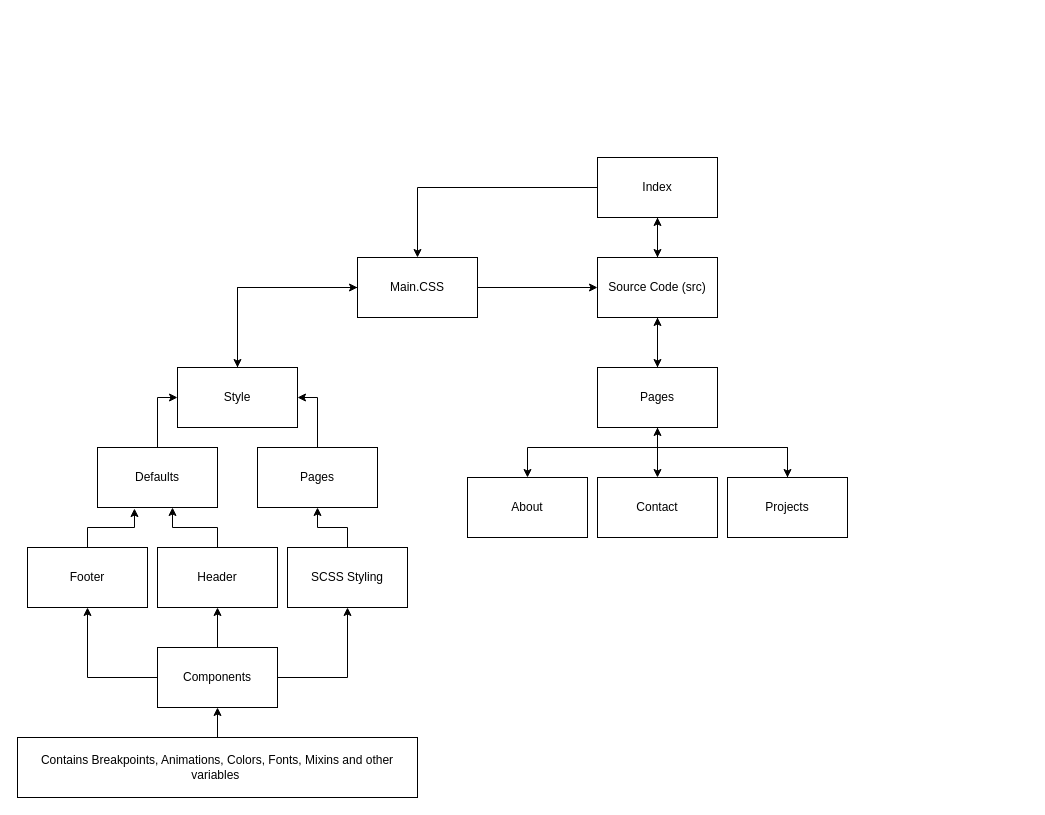
BenDavies1218/Portfolio_T1A2 keeps this draw.io diagram as bendaviesportfolio.drawio. Above is the earlier version. Source tidied: cells renumbered, new cells numbered last; positions are measured from the earlier drawing's top-left corner, leaving out a move shared by most shapes. Both pictures are drawn from the tidied source at 100%, with x=0, y=0 at pixel (17, 157).
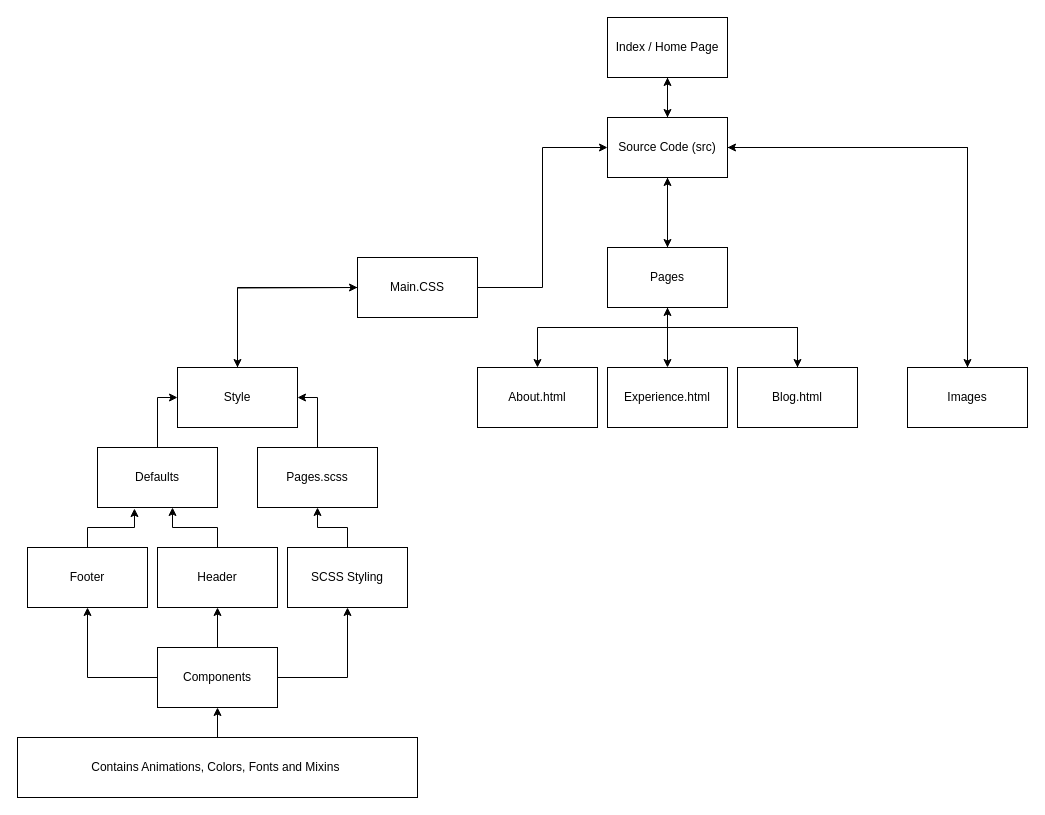
After the change.

The change refers to these unchanged cells:
```xml
<mxCell id="3" value="Style" style="rounded=0;whiteSpace=wrap;html=1;" parent="1" vertex="1">
  <mxGeometry x="160" y="210" width="120" height="60" as="geometry" />
</mxCell>
<mxCell id="17" value="Main.CSS" style="rounded=0;whiteSpace=wrap;html=1;" parent="1" vertex="1">
  <mxGeometry x="340" y="100" width="120" height="60" as="geometry" />
</mxCell>
```

Diff of the diagram source:
```diff
@@
-    <mxCell id="2" style="edgeStyle=orthogonalEdgeStyle;rounded=0;jettySize=auto;html=1;entryX=0;entryY=0.5;entryDx=0;entryDy=0;" parent="1" edge="1" source="3" target="17">
+    <mxCell id="2" style="edgeStyle=orthogonalEdgeStyle;rounded=0;jettySize=auto;html=1;entryX=0;entryY=0.5;entryDx=0;entryDy=0;" parent="1" edge="1" source="3">
       <mxGeometry relative="1" as="geometry">
+        <mxPoint x="340" y="130" as="targetPoint" />
         <Array as="points">
           <mxPoint x="220" y="130" />
         </Array>
       </mxGeometry>
     </mxCell>
@@
-    <mxCell id="9" value="Pages" style="rounded=0;whiteSpace=wrap;html=1;" parent="1" vertex="1">
+    <mxCell id="9" value="Pages.scss" style="rounded=0;whiteSpace=wrap;html=1;" parent="1" vertex="1">
       <mxGeometry x="240" y="290" width="120" height="60" as="geometry" />
     </mxCell>
@@
-    <mxCell id="12" style="edgeStyle=orthogonalEdgeStyle;rounded=0;jettySize=auto;html=1;" parent="1" edge="1" source="14" target="17">
-      <mxGeometry relative="1" as="geometry" />
-    </mxCell>
     <mxCell id="13" style="edgeStyle=orthogonalEdgeStyle;rounded=0;jettySize=auto;html=1;" parent="1" edge="1" source="14">
       <mxGeometry relative="1" as="geometry">
-        <mxPoint x="640" y="100" as="targetPoint" />
+        <mxPoint x="650" y="-40" as="targetPoint" />
       </mxGeometry>
     </mxCell>
-    <mxCell id="14" value="Index" style="rounded=0;whiteSpace=wrap;html=1;" parent="1" vertex="1">
-      <mxGeometry x="580" width="120" height="60" as="geometry" />
+    <mxCell id="14" value="Index / Home Page" style="rounded=0;whiteSpace=wrap;html=1;" parent="1" vertex="1">
+      <mxGeometry x="590" y="-140" width="120" height="60" as="geometry" />
     </mxCell>
-    <mxCell id="15" style="edgeStyle=orthogonalEdgeStyle;rounded=0;jettySize=auto;html=1;entryX=0.5;entryY=0;entryDx=0;entryDy=0;" parent="1" edge="1" source="17" target="3">
-      <mxGeometry relative="1" as="geometry" />
+    <mxCell id="15" style="edgeStyle=orthogonalEdgeStyle;rounded=0;jettySize=auto;html=1;entryX=0.5;entryY=0;entryDx=0;entryDy=0;" parent="1" edge="1" target="3">
+      <mxGeometry relative="1" as="geometry">
+        <mxPoint x="340" y="130" as="sourcePoint" />
+      </mxGeometry>
     </mxCell>
@@
-    <mxCell id="22" value="About" style="rounded=0;whiteSpace=wrap;html=1;" parent="1" vertex="1">
-      <mxGeometry x="450" y="320" width="120" height="60" as="geometry" />
+    <mxCell id="22" value="About.html" style="rounded=0;whiteSpace=wrap;html=1;" parent="1" vertex="1">
+      <mxGeometry x="460" y="210" width="120" height="60" as="geometry" />
     </mxCell>
@@
-    <mxCell id="27" value="Contains Breakpoints, Animations, Colors, Fonts, Mixins and other variables&amp;nbsp;" style="rounded=0;whiteSpace=wrap;html=1;" parent="1" vertex="1">
+    <mxCell id="27" value="Contains Animations, Colors, Fonts and Mixins&amp;nbsp;" style="rounded=0;whiteSpace=wrap;html=1;" parent="1" vertex="1">
       <mxGeometry y="580" width="400" height="60" as="geometry" />
     </mxCell>
     <mxCell id="28" style="edgeStyle=orthogonalEdgeStyle;rounded=0;jettySize=auto;html=1;entryX=0.5;entryY=0;entryDx=0;entryDy=0;" parent="1" edge="1" source="32" target="35">
       <mxGeometry relative="1" as="geometry">
         <Array as="points">
-          <mxPoint x="640" y="290" />
-          <mxPoint x="770" y="290" />
+          <mxPoint x="650" y="170" />
+          <mxPoint x="780" y="170" />
         </Array>
       </mxGeometry>
     </mxCell>
-    <mxCell id="29" style="edgeStyle=orthogonalEdgeStyle;rounded=0;jettySize=auto;html=1;entryX=0.5;entryY=0;entryDx=0;entryDy=0;" parent="1" edge="1" source="32" target="33">
+    <mxCell id="29" style="edgeStyle=orthogonalEdgeStyle;rounded=0;jettySize=auto;html=1;" parent="1" edge="1" source="32">
       <mxGeometry relative="1" as="geometry">
+        <mxPoint x="650" y="210" as="targetPoint" />
         <Array as="points">
-          <mxPoint x="640" y="270" />
-          <mxPoint x="640" y="270" />
+          <mxPoint x="650" y="150" />
+          <mxPoint x="650" y="150" />
         </Array>
       </mxGeometry>
     </mxCell>
@@
     <mxCell id="31" style="edgeStyle=orthogonalEdgeStyle;rounded=0;jettySize=auto;html=1;entryX=0.5;entryY=0;entryDx=0;entryDy=0;" parent="1" edge="1" source="32" target="22">
       <mxGeometry relative="1" as="geometry">
         <Array as="points">
-          <mxPoint x="640" y="290" />
-          <mxPoint x="510" y="290" />
+          <mxPoint x="650" y="170" />
+          <mxPoint x="520" y="170" />
         </Array>
       </mxGeometry>
     </mxCell>
     <mxCell id="32" value="Pages" style="rounded=0;whiteSpace=wrap;html=1;" parent="1" vertex="1">
-      <mxGeometry x="580" y="210" width="120" height="60" as="geometry" />
+      <mxGeometry x="590" y="90" width="120" height="60" as="geometry" />
     </mxCell>
-    <mxCell id="33" value="Contact" style="rounded=0;whiteSpace=wrap;html=1;" parent="1" vertex="1">
-      <mxGeometry x="580" y="320" width="120" height="60" as="geometry" />
+    <mxCell id="33" value="Experience.html" style="rounded=0;whiteSpace=wrap;html=1;" parent="1" vertex="1">
+      <mxGeometry x="590" y="210" width="120" height="60" as="geometry" />
     </mxCell>
-    <mxCell id="34" style="edgeStyle=orthogonalEdgeStyle;rounded=0;jettySize=auto;html=1;entryX=0.5;entryY=1;entryDx=0;entryDy=0;" parent="1" edge="1" source="35" target="32">
+    <mxCell id="34" style="edgeStyle=orthogonalEdgeStyle;rounded=0;jettySize=auto;html=1;entryX=0.5;entryY=1;entryDx=0;entryDy=0;" parent="1" edge="1" target="32">
       <mxGeometry relative="1" as="geometry">
+        <mxPoint x="780" y="230" as="sourcePoint" />
         <Array as="points">
-          <mxPoint x="770" y="290" />
-          <mxPoint x="640" y="290" />
+          <mxPoint x="780" y="170" />
+          <mxPoint x="650" y="170" />
         </Array>
       </mxGeometry>
     </mxCell>
-    <mxCell id="35" value="Projects" style="rounded=0;whiteSpace=wrap;html=1;" parent="1" vertex="1">
-      <mxGeometry x="710" y="320" width="120" height="60" as="geometry" />
+    <mxCell id="35" value="Blog.html" style="rounded=0;whiteSpace=wrap;html=1;" parent="1" vertex="1">
+      <mxGeometry x="720" y="210" width="120" height="60" as="geometry" />
     </mxCell>
@@
+    <mxCell id="39" style="edgeStyle=orthogonalEdgeStyle;rounded=0;jettySize=auto;html=1;" parent="1" edge="1" source="38" target="40">
+      <mxGeometry relative="1" as="geometry" />
+    </mxCell>
     <mxCell id="38" value="Source Code (src)" style="rounded=0;whiteSpace=wrap;html=1;" parent="1" vertex="1">
-      <mxGeometry x="580" y="100" width="120" height="60" as="geometry" />
+      <mxGeometry x="590" y="-40" width="120" height="60" as="geometry" />
     </mxCell>
+    <mxCell id="40" value="Images" style="rounded=0;whiteSpace=wrap;html=1;" parent="1" vertex="1">
+      <mxGeometry x="890" y="210" width="120" height="60" as="geometry" />
+    </mxCell>
+    <mxCell id="41" style="edgeStyle=orthogonalEdgeStyle;rounded=0;jettySize=auto;html=1;" parent="1" edge="1" source="40">
+      <mxGeometry relative="1" as="geometry">
+        <mxPoint x="710" y="-10" as="targetPoint" />
+        <Array as="points">
+          <mxPoint x="950" y="-10" />
+          <mxPoint x="790" y="-10" />
+        </Array>
+      </mxGeometry>
+    </mxCell>
```
